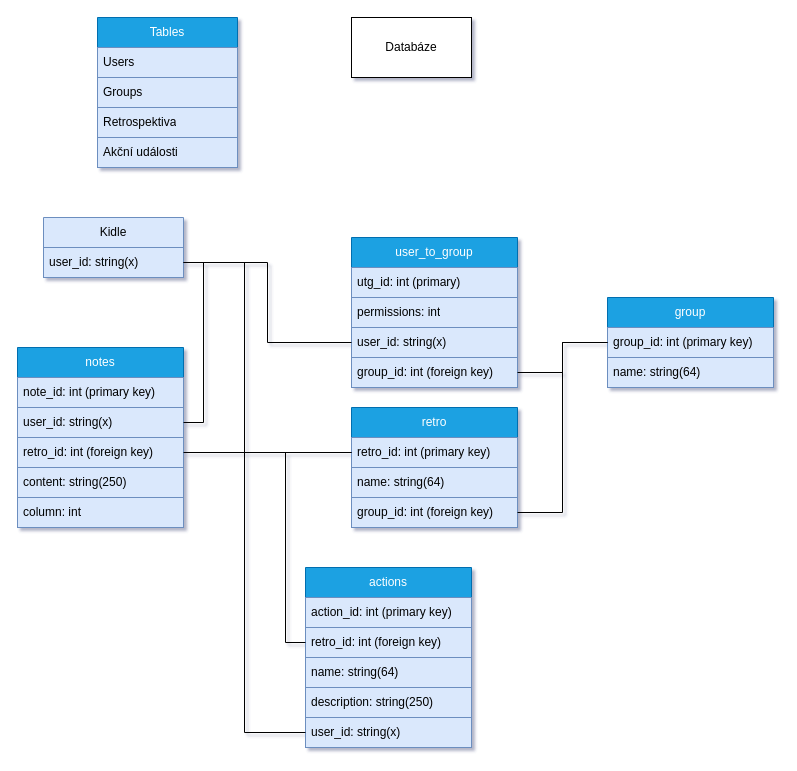
The draw.io diagram backend/app/database/schemes/Praeterium.drawio in ProjNull/Praeteritum, before the edit. Source tidied: cells renumbered, new cells numbered last; positions are measured from the earlier drawing's top-left corner, leaving out a move shared by most shapes. Both pictures are drawn from the tidied source at 100%, with x=0, y=0 at pixel (17, 17).
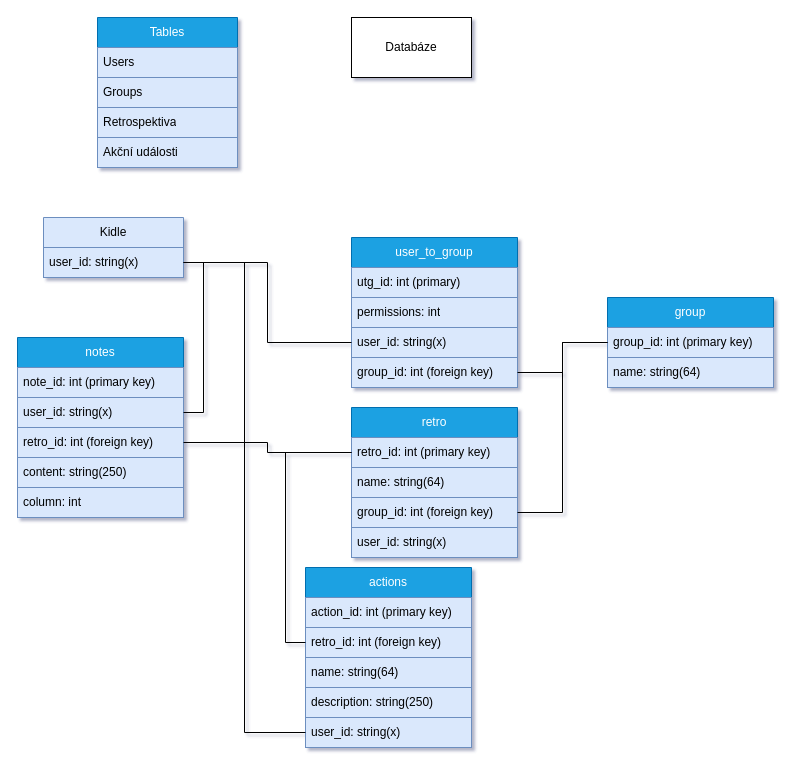
Above is the later version.

What changed in the source:
```diff
@@
     <mxCell id="24" value="retro" style="swimlane;fontStyle=0;horizontal=1;startSize=30;whiteSpace=wrap;html=1;fillColor=#1ba1e2;fontColor=#ffffff;strokeColor=#006EAF;" parent="1" vertex="1">
-      <mxGeometry x="334" y="390" width="166" height="120" as="geometry" />
+      <mxGeometry x="334" y="390" width="166" height="150" as="geometry" />
     </mxCell>
@@
+    <mxCell id="41" value="&lt;span style=&quot;text-align: center;&quot;&gt;user_id: string(x)&lt;/span&gt;" style="text;strokeColor=#6c8ebf;fillColor=#dae8fc;align=left;verticalAlign=middle;spacingLeft=4;spacingRight=4;overflow=hidden;whiteSpace=wrap;html=1;" parent="24" vertex="1">
+      <mxGeometry y="120" width="166" height="30" as="geometry" />
+    </mxCell>
@@
     <mxCell id="30" value="notes" style="swimlane;fontStyle=0;horizontal=1;startSize=30;whiteSpace=wrap;html=1;fillColor=#1ba1e2;fontColor=#ffffff;strokeColor=#006EAF;" parent="1" vertex="1">
-      <mxGeometry y="330" width="166" height="180" as="geometry" />
+      <mxGeometry y="320" width="166" height="180" as="geometry" />
     </mxCell>
```
